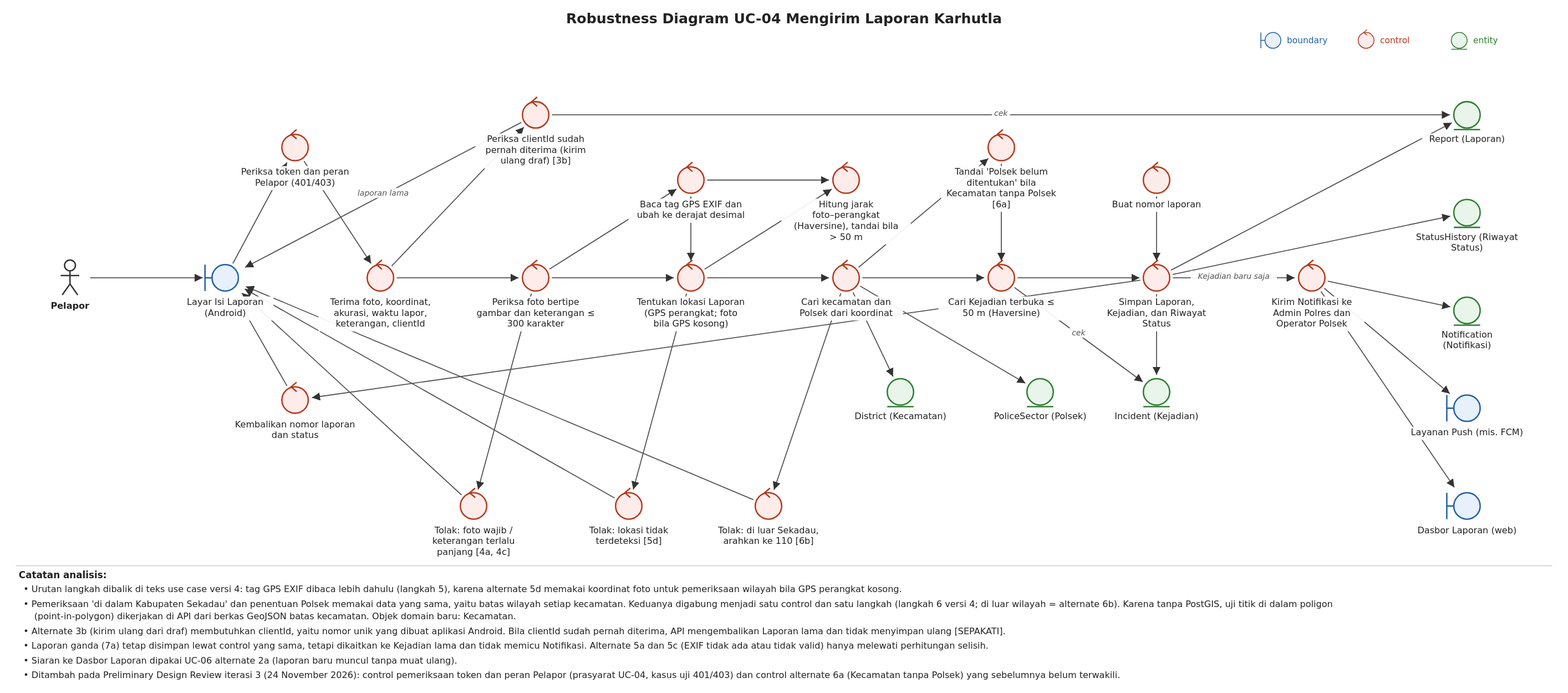
Above: specs/003-uc04-submit-report/iconix/uc04-robustness.svg in wirapatigilang/laporapi-api-web (PlantUML), before the change. Its source is kept beside it as specs/003-uc04-submit-report/iconix/uc04-robustness.puml. The source it was exported from:
```plantuml
@startuml
left to right direction
title Robustness Diagram UC-04 Mengirim Laporan Karhutla
actor "Pelapor" as pel
boundary "Layar Isi Laporan (Android)" as bIsi
control "Periksa token dan peran Pelapor (401/403)" as cToken
control "Terima foto, koordinat, akurasi, waktu lapor, keterangan, clientId" as cTerima
control "Periksa clientId sudah pernah diterima (kirim ulang draf) [3b]" as cIdKlien
control "Periksa foto bertipe gambar dan keterangan ≤ 300 karakter" as cValid
control "Baca tag GPS EXIF dan ubah ke derajat desimal" as cExif
control "Tentukan lokasi Laporan (GPS perangkat; foto bila GPS kosong)" as cLokasi
control "Hitung jarak foto–perangkat (Haversine), tandai bila > 50 m" as cSelisih
control "Cari kecamatan dan Polsek dari koordinat" as cWilayah
control "Tandai 'Polsek belum ditentukan' bila Kecamatan tanpa Polsek [6a]" as cTanpaPolsek
control "Cari Kejadian terbuka ≤ 50 m (Haversine)" as cGanda
control "Buat nomor laporan" as cNomor
control "Simpan Laporan, Kejadian, dan Riwayat Status" as cSimpan
control "Kirim Notifikasi ke Admin Polres dan Operator Polsek" as cNotif
control "Kembalikan nomor laporan dan status" as cBalas
control "Tolak: foto wajib / keterangan terlalu panjang [4a, 4c]" as cErrFoto
control "Tolak: lokasi tidak terdeteksi [5d]" as cErrLok
control "Tolak: di luar Sekadau, arahkan ke 110 [6b]" as cErrLuar
entity "District (Kecamatan)" as eKec
entity "PoliceSector (Polsek)" as ePolsek
entity "Incident (Kejadian)" as eKejadian
entity "Report (Laporan)" as eLaporan
entity "StatusHistory (Riwayat Status)" as eRiwayat
entity "Notification (Notifikasi)" as eNotif
boundary "Layanan Push (mis. FCM)" as bPush
boundary "Dasbor Laporan (web)" as bDasbor
pel --> bIsi
bIsi --> cToken
cToken --> cTerima
cTerima --> cIdKlien
cIdKlien --> eLaporan : cek
cIdKlien --> bIsi : laporan lama
cTerima --> cValid
cValid --> cExif
cValid --> cLokasi
cExif --> cLokasi
cExif --> cSelisih
cLokasi --> cSelisih
cLokasi --> cWilayah
cWilayah --> eKec
cWilayah --> ePolsek
cWilayah --> cGanda
cWilayah --> cTanpaPolsek
cTanpaPolsek --> cGanda
cGanda --> eKejadian : cek
cGanda --> cSimpan
cNomor --> cSimpan
cSimpan --> eLaporan
cSimpan --> eRiwayat
cSimpan --> eKejadian
cSimpan --> cNotif : Kejadian baru saja
cNotif --> eNotif
cNotif --> bPush
cNotif --> bDasbor
cSimpan --> cBalas
cBalas --> bIsi
cValid --> cErrFoto
cErrFoto --> bIsi
cLokasi --> cErrLok
cErrLok --> bIsi
cWilayah --> cErrLuar
cErrLuar --> bIsi
@enduml
```
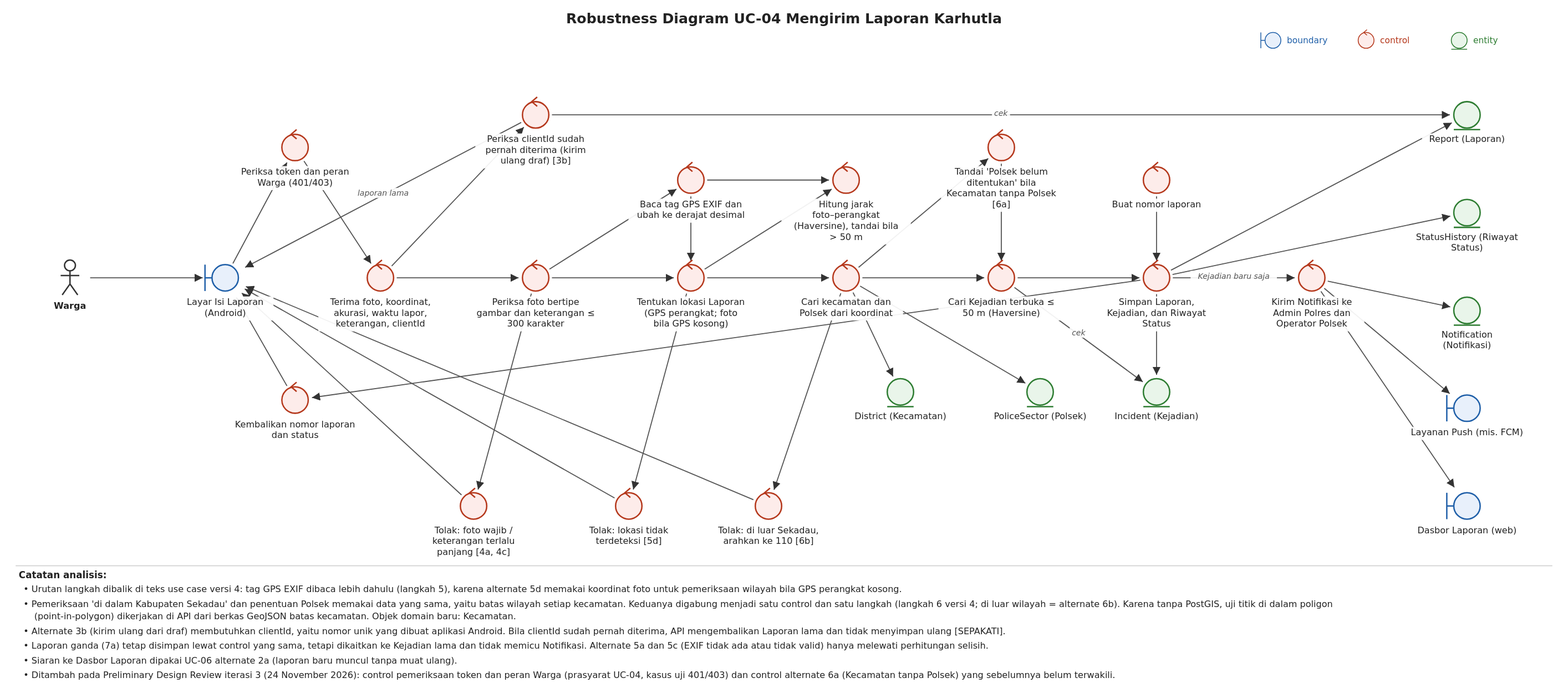
The same diagram one commit later.

The edit, as a diff of the source:
```diff
@@ -1,9 +1,9 @@
 @startuml
 left to right direction
 title Robustness Diagram UC-04 Mengirim Laporan Karhutla
-actor "Pelapor" as pel
+actor "Warga" as pel
 boundary "Layar Isi Laporan (Android)" as bIsi
-control "Periksa token dan peran Pelapor (401/403)" as cToken
+control "Periksa token dan peran Warga (401/403)" as cToken
 control "Terima foto, koordinat, akurasi, waktu lapor, keterangan, clientId" as cTerima
 control "Periksa clientId sudah pernah diterima (kirim ulang draf) [3b]" as cIdKlien
 control "Periksa foto bertipe gambar dan keterangan ≤ 300 karakter" as cValid
```
